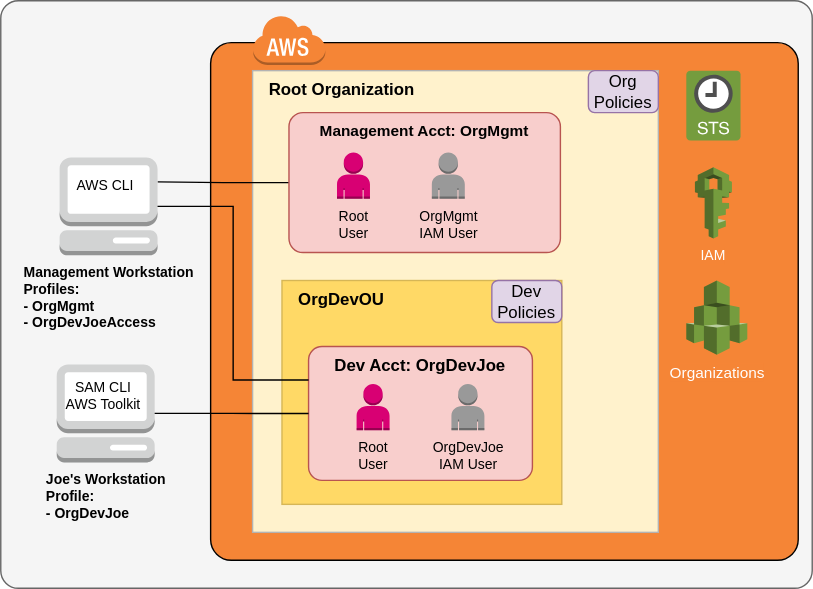
The draw.io diagram src/assets/img/AwsSetupUsers1.svg in InSciCo/InSciCo, before a commit. Source tidied: cells renumbered, new cells last; positions are measured from the earlier drawing's top-left corner, leaving out a move shared by most shapes.
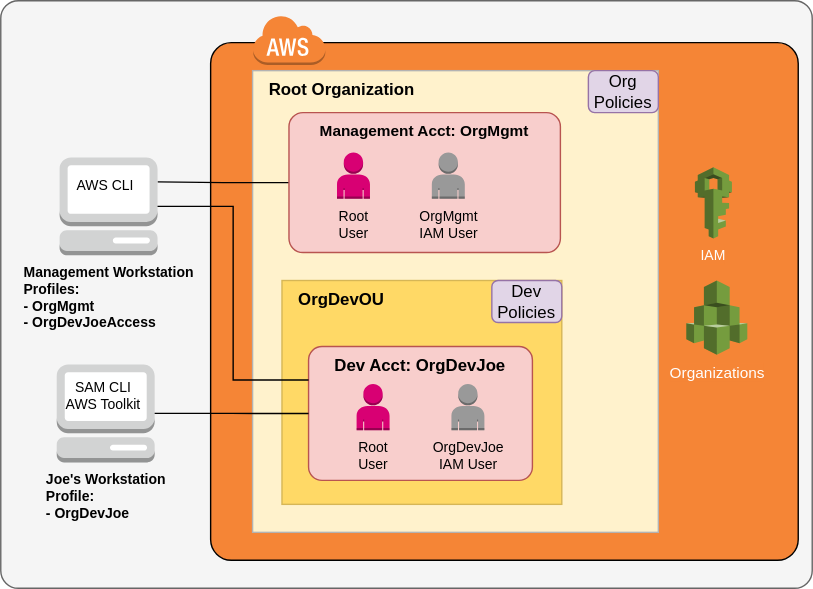
After the change.

What changed in the source:
```diff
@@ -50,9 +50,6 @@
     <mxCell id="17" value="OrgDevJoe&lt;br&gt;IAM User" style="dashed=0;verticalLabelPosition=bottom;verticalAlign=top;align=center;html=1;shape=mxgraph.aws3.user;gradientColor=none;labelBackgroundColor=none;strokeWidth=1;fontSize=10;fontColor=#000000;fillColor=#999999;" parent="14" vertex="1">
       <mxGeometry x="102.1" y="26.8" width="23.6" height="33" as="geometry" />
     </mxCell>
-    <mxCell id="18" style="dashed=0;verticalLabelPosition=bottom;verticalAlign=top;align=center;html=1;shape=mxgraph.aws3.sts_2;fillColor=#759C3E;gradientColor=none;fontSize=10;fontColor=#000000;" parent="1" vertex="1">
-      <mxGeometry x="490" y="50" width="38.8" height="50" as="geometry" />
-    </mxCell>
     <mxCell id="19" value="IAM" style="dashed=0;verticalLabelPosition=bottom;verticalAlign=top;align=center;html=1;shape=mxgraph.aws3.iam;fillColor=#759C3E;gradientColor=none;fontSize=10;fontColor=#FFFFFF;labelBackgroundColor=#F58536;" parent="1" vertex="1">
       <mxGeometry x="496.2" y="119" width="26.4" height="51" as="geometry" />
     </mxCell>
```
